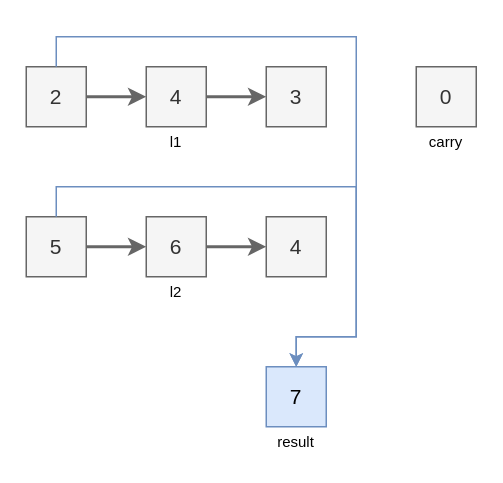
Before: page "1" (1 of 3) of problems/problem2.drawio in hanggrian/grind-leetcode, a draw.io diagram. Source tidied: cells renumbered, new cells numbered last; positions are measured from the earlier drawing's top-left corner, leaving out a move shared by most shapes. Both pictures are drawn from the tidied source at 150%, with x=0, y=0 at pixel (26, 36).
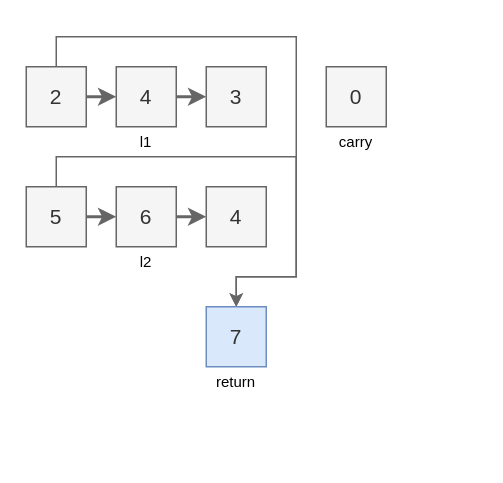
The same diagram, later.

Unchanged cells that the change refers to:
```xml
<mxCell id="3" value="2" style="text;html=1;align=center;verticalAlign=middle;whiteSpace=wrap;rounded=0;fillColor=#f5f5f5;strokeColor=#666666;fontSize=14;fontColor=#333333;" parent="1" vertex="1">
  <mxGeometry y="20" width="40" height="40" as="geometry" />
</mxCell>
```

Diff of the diagram source:
```diff
@@
     <mxCell id="5" value="4" style="text;html=1;align=center;verticalAlign=middle;whiteSpace=wrap;rounded=0;fillColor=#f5f5f5;strokeColor=#666666;fontSize=14;fontColor=#333333;" parent="1" vertex="1">
-      <mxGeometry x="80" y="20" width="40" height="40" as="geometry" />
+      <mxGeometry x="60" y="20" width="40" height="40" as="geometry" />
     </mxCell>
-    <mxCell id="6" style="edgeStyle=orthogonalEdgeStyle;rounded=0;jettySize=auto;html=1;exitX=0.5;exitY=0;exitDx=0;exitDy=0;entryX=0.5;entryY=0;entryDx=0;entryDy=0;fillColor=#dae8fc;strokeColor=#6c8ebf;" parent="1" edge="1" source="3" target="16">
+    <mxCell id="6" style="edgeStyle=orthogonalEdgeStyle;rounded=0;jettySize=auto;html=1;exitX=0.5;exitY=0;exitDx=0;exitDy=0;entryX=0.5;entryY=0;entryDx=0;entryDy=0;fillColor=#f5f5f5;strokeColor=#666666;" parent="1" edge="1" source="3" target="16">
       <mxGeometry relative="1" as="geometry">
         <Array as="points">
           <mxPoint x="20" />
-          <mxPoint x="220" />
-          <mxPoint x="220" y="200" />
-          <mxPoint x="180" y="200" />
+          <mxPoint x="180" />
+          <mxPoint x="180" y="160" />
+          <mxPoint x="140" y="160" />
         </Array>
       </mxGeometry>
     </mxCell>
     <mxCell id="7" value="3" style="text;html=1;align=center;verticalAlign=middle;whiteSpace=wrap;rounded=0;fillColor=#f5f5f5;strokeColor=#666666;fontSize=14;fontColor=#333333;" parent="1" vertex="1">
-      <mxGeometry x="160" y="20" width="40" height="40" as="geometry" />
+      <mxGeometry x="120" y="20" width="40" height="40" as="geometry" />
     </mxCell>
     <mxCell id="8" value="l1" style="text;html=1;align=center;verticalAlign=middle;whiteSpace=wrap;rounded=0;fontSize=10;" parent="1" vertex="1">
-      <mxGeometry y="60" width="200" height="20" as="geometry" />
+      <mxGeometry y="60" width="160" height="20" as="geometry" />
     </mxCell>
@@
     <mxCell id="10" value="5" style="text;html=1;align=center;verticalAlign=middle;whiteSpace=wrap;rounded=0;fillColor=#f5f5f5;strokeColor=#666666;fontSize=14;fontColor=#333333;" parent="1" vertex="1">
-      <mxGeometry y="120" width="40" height="40" as="geometry" />
+      <mxGeometry y="100" width="40" height="40" as="geometry" />
     </mxCell>
@@
     <mxCell id="12" value="6" style="text;html=1;align=center;verticalAlign=middle;whiteSpace=wrap;rounded=0;fillColor=#f5f5f5;strokeColor=#666666;fontSize=14;fontColor=#333333;" parent="1" vertex="1">
-      <mxGeometry x="80" y="120" width="40" height="40" as="geometry" />
+      <mxGeometry x="60" y="100" width="40" height="40" as="geometry" />
     </mxCell>
-    <mxCell id="13" style="edgeStyle=orthogonalEdgeStyle;rounded=0;jettySize=auto;html=1;exitX=0.5;exitY=0;exitDx=0;exitDy=0;entryX=0.5;entryY=0;entryDx=0;entryDy=0;fillColor=#dae8fc;strokeColor=#6c8ebf;" parent="1" edge="1" source="10" target="16">
+    <mxCell id="13" style="edgeStyle=orthogonalEdgeStyle;rounded=0;jettySize=auto;html=1;exitX=0.5;exitY=0;exitDx=0;exitDy=0;entryX=0.5;entryY=0;entryDx=0;entryDy=0;fillColor=#f5f5f5;strokeColor=#666666;" parent="1" edge="1" source="10" target="16">
       <mxGeometry relative="1" as="geometry">
         <Array as="points">
-          <mxPoint x="20" y="100" />
-          <mxPoint x="220" y="100" />
-          <mxPoint x="220" y="200" />
-          <mxPoint x="180" y="200" />
+          <mxPoint x="20" y="80" />
+          <mxPoint x="180" y="80" />
+          <mxPoint x="180" y="160" />
+          <mxPoint x="140" y="160" />
         </Array>
       </mxGeometry>
     </mxCell>
     <mxCell id="14" value="4" style="text;html=1;align=center;verticalAlign=middle;whiteSpace=wrap;rounded=0;fillColor=#f5f5f5;strokeColor=#666666;fontSize=14;fontColor=#333333;" parent="1" vertex="1">
-      <mxGeometry x="160" y="120" width="40" height="40" as="geometry" />
+      <mxGeometry x="120" y="100" width="40" height="40" as="geometry" />
     </mxCell>
     <mxCell id="15" value="l2" style="text;html=1;align=center;verticalAlign=middle;whiteSpace=wrap;rounded=0;fontSize=10;" parent="1" vertex="1">
-      <mxGeometry y="160" width="200" height="20" as="geometry" />
+      <mxGeometry y="140" width="160" height="20" as="geometry" />
     </mxCell>
-    <mxCell id="16" value="7" style="text;html=1;align=center;verticalAlign=middle;whiteSpace=wrap;rounded=0;fillColor=#dae8fc;strokeColor=#6c8ebf;fontSize=14;" parent="1" vertex="1">
-      <mxGeometry x="160" y="220" width="40" height="40" as="geometry" />
+    <mxCell id="16" value="7" style="text;html=1;align=center;verticalAlign=middle;whiteSpace=wrap;rounded=0;fillColor=#dae8fc;strokeColor=#6c8ebf;fontSize=14;fontColor=#333333;" parent="1" vertex="1">
+      <mxGeometry x="120" y="180" width="40" height="40" as="geometry" />
     </mxCell>
-    <mxCell id="17" value="result" style="text;html=1;align=center;verticalAlign=middle;whiteSpace=wrap;rounded=0;fontSize=10;" parent="1" vertex="1">
-      <mxGeometry x="160" y="260" width="40" height="20" as="geometry" />
+    <mxCell id="17" value="return" style="text;html=1;align=center;verticalAlign=middle;whiteSpace=wrap;rounded=0;fontSize=10;" parent="1" vertex="1">
+      <mxGeometry x="120" y="220" width="40" height="20" as="geometry" />
     </mxCell>
     <mxCell id="18" value="0" style="text;html=1;align=center;verticalAlign=middle;whiteSpace=wrap;rounded=0;fillColor=#f5f5f5;strokeColor=#666666;fontSize=14;fontColor=#333333;" parent="1" vertex="1">
-      <mxGeometry x="260" y="20" width="40" height="40" as="geometry" />
+      <mxGeometry x="200" y="20" width="40" height="40" as="geometry" />
     </mxCell>
     <mxCell id="19" value="carry" style="text;html=1;align=center;verticalAlign=middle;whiteSpace=wrap;rounded=0;fontSize=10;" parent="1" vertex="1">
-      <mxGeometry x="260" y="60" width="40" height="20" as="geometry" />
+      <mxGeometry x="200" y="60" width="40" height="20" as="geometry" />
     </mxCell>
```
